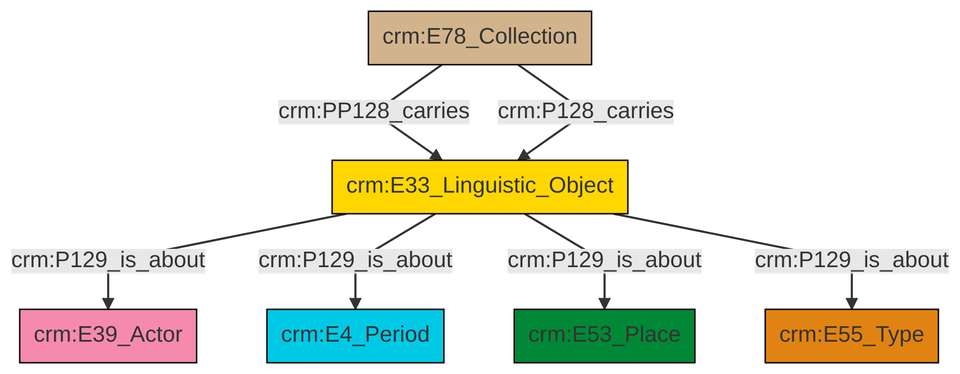
This is et/archivalCSV/ttl/mmd/png/archival_aboutness.png from swiss-art-research-net/docs.swissartresearch, a Mermaid export, as it was before one commit. Its source is kept beside it as et/archivalCSV/ttl/mmd/archival_aboutness.ttl.mmd.
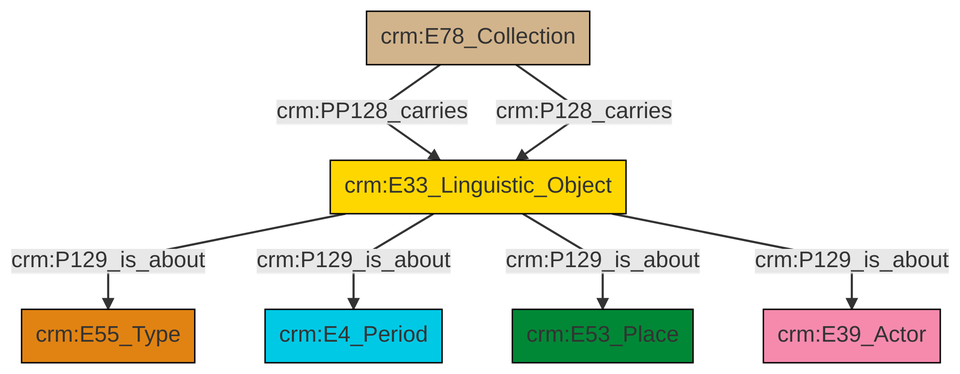
After the commit.

Change to the diagram source:
```diff
@@ -13,9 +13,9 @@
 classDef PC_Classes fill:#4ce600, stroke:#000000;
 classDef Multi fill:#cccccc,stroke:#000000;
 
-0["crm:E33_Linguistic_Object"]:::Conceptual_Object -->|crm:P129_is_about| 1["crm:E39_Actor"]:::Actor
-0["crm:E33_Linguistic_Object"]:::Conceptual_Object -->|crm:P129_is_about| 6["crm:E4_Period"]:::Temporal_Entity
-0["crm:E33_Linguistic_Object"]:::Conceptual_Object -->|crm:P129_is_about| 2["crm:E53_Place"]:::Place
-0["crm:E33_Linguistic_Object"]:::Conceptual_Object -->|crm:P129_is_about| 4["crm:E55_Type"]:::Type
-8["crm:E78_Collection"]:::Physical_Thing -->|crm:PP128_carries| 0["crm:E33_Linguistic_Object"]:::Conceptual_Object
-8["crm:E78_Collection"]:::Physical_Thing -->|crm:P128_carries| 0["crm:E33_Linguistic_Object"]:::Conceptual_Object
+2["crm:E78_Collection"]:::Physical_Thing -->|crm:PP128_carries| 3["crm:E33_Linguistic_Object"]:::Conceptual_Object
+2["crm:E78_Collection"]:::Physical_Thing -->|crm:P128_carries| 3["crm:E33_Linguistic_Object"]:::Conceptual_Object
+3["crm:E33_Linguistic_Object"]:::Conceptual_Object -->|crm:P129_is_about| 5["crm:E55_Type"]:::Type
+3["crm:E33_Linguistic_Object"]:::Conceptual_Object -->|crm:P129_is_about| 6["crm:E4_Period"]:::Temporal_Entity
+3["crm:E33_Linguistic_Object"]:::Conceptual_Object -->|crm:P129_is_about| 7["crm:E53_Place"]:::Place
+3["crm:E33_Linguistic_Object"]:::Conceptual_Object -->|crm:P129_is_about| 0["crm:E39_Actor"]:::Actor
```
